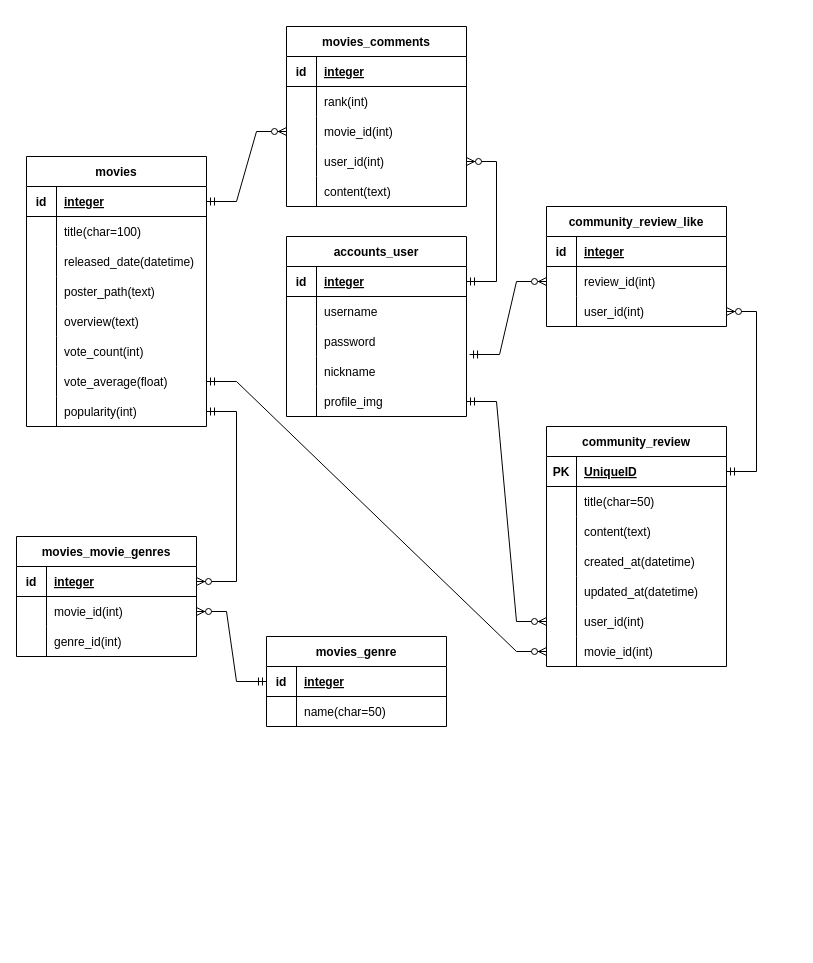
Above: Untitled Diagram.drawio in jy-lee0626/Movie_Project (draw.io), before the change. Source tidied: cells renumbered, new cells numbered last; positions are measured from the earlier drawing's top-left corner, leaving out a move shared by most shapes. Both pictures are drawn from the tidied source at 100%, with x=0, y=0 at pixel (16, 26).
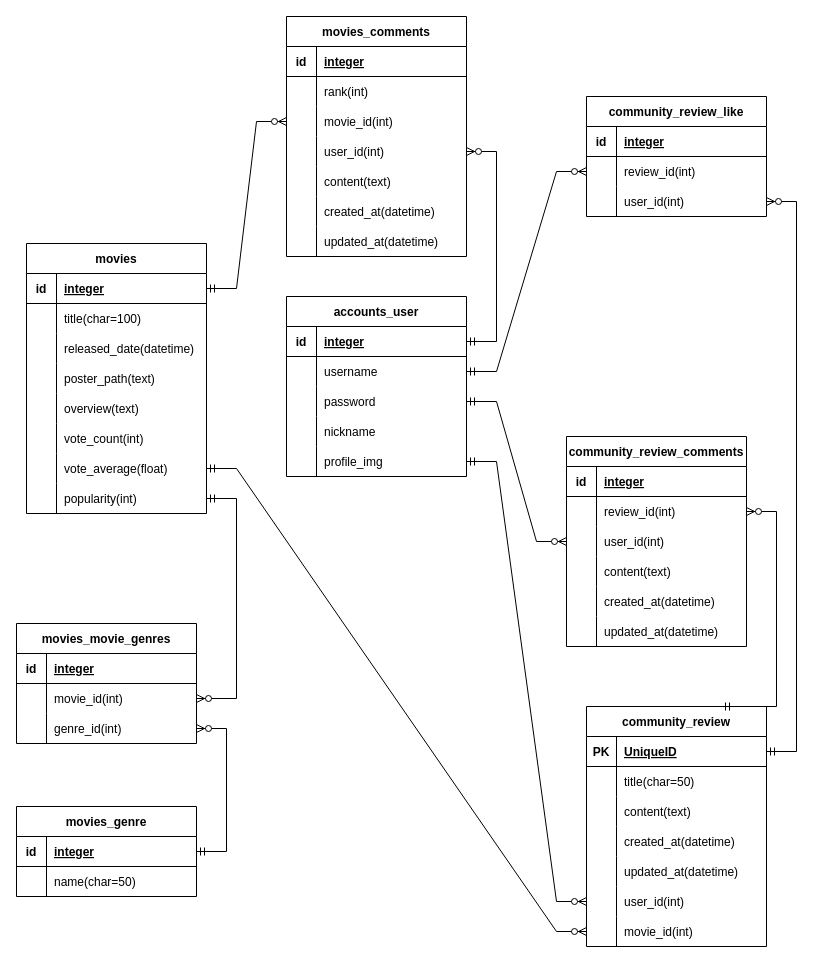
The same diagram, later.

Unchanged cells that the change refers to:
```xml
<mxCell id="6" style="shape=tableRow;horizontal=0;startSize=0;swimlaneHead=0;swimlaneBody=0;fillColor=none;points=[[0,0.5],[1,0.5]];portConstraint=eastwest;top=0;left=0;right=0;bottom=0;" parent="2" vertex="1">
  <mxGeometry y="60" width="180" height="30" as="geometry" />
</mxCell>
<mxCell id="9" style="shape=tableRow;horizontal=0;startSize=0;swimlaneHead=0;swimlaneBody=0;fillColor=none;points=[[0,0.5],[1,0.5]];portConstraint=eastwest;top=0;left=0;right=0;bottom=0;" parent="2" vertex="1">
  <mxGeometry y="90" width="180" height="30" as="geometry" />
</mxCell>
<mxCell id="12" style="shape=tableRow;horizontal=0;startSize=0;swimlaneHead=0;swimlaneBody=0;fillColor=none;points=[[0,0.5],[1,0.5]];portConstraint=eastwest;top=0;left=0;right=0;bottom=0;" parent="2" vertex="1">
  <mxGeometry y="120" width="180" height="30" as="geometry" />
</mxCell>
<mxCell id="40" style="shape=tableRow;horizontal=0;startSize=0;swimlaneHead=0;swimlaneBody=0;fillColor=none;points=[[0,0.5],[1,0.5]];portConstraint=eastwest;top=0;left=0;right=0;bottom=0;" parent="18" vertex="1">
  <mxGeometry y="240" width="180" height="30" as="geometry" />
</mxCell>
<mxCell id="44" style="shape=tableRow;horizontal=0;startSize=0;swimlaneHead=0;swimlaneBody=0;fillColor=none;points=[[0,0.5],[1,0.5]];portConstraint=eastwest;top=0;left=0;right=0;bottom=1;" parent="43" vertex="1">
  <mxGeometry y="30" width="180" height="30" as="geometry" />
</mxCell>
<mxCell id="47" style="shape=tableRow;horizontal=0;startSize=0;swimlaneHead=0;swimlaneBody=0;fillColor=none;points=[[0,0.5],[1,0.5]];portConstraint=eastwest;top=0;left=0;right=0;bottom=0;" parent="43" vertex="1">
  <mxGeometry y="60" width="180" height="30" as="geometry" />
</mxCell>
<mxCell id="50" style="shape=tableRow;horizontal=0;startSize=0;swimlaneHead=0;swimlaneBody=0;fillColor=none;points=[[0,0.5],[1,0.5]];portConstraint=eastwest;top=0;left=0;right=0;bottom=0;" parent="43" vertex="1">
  <mxGeometry y="90" width="180" height="30" as="geometry" />
</mxCell>
<mxCell id="76" style="shape=tableRow;horizontal=0;startSize=0;swimlaneHead=0;swimlaneBody=0;fillColor=none;points=[[0,0.5],[1,0.5]];portConstraint=eastwest;top=0;left=0;right=0;bottom=1;" parent="75" vertex="1">
  <mxGeometry y="30" width="180" height="30" as="geometry" />
</mxCell>
<mxCell id="102" style="shape=tableRow;horizontal=0;startSize=0;swimlaneHead=0;swimlaneBody=0;fillColor=none;points=[[0,0.5],[1,0.5]];portConstraint=eastwest;top=0;left=0;right=0;bottom=0;" parent="98" vertex="1">
  <mxGeometry y="60" width="180" height="30" as="geometry" />
</mxCell>
```

What changed in the source:
```diff
@@
     <mxCell id="2" value="accounts_user" style="shape=table;startSize=30;childLayout=tableLayout;rowLines=0;fontStyle=1;align=center;" parent="1" vertex="1">
-      <mxGeometry x="270" y="210" width="180" height="180" as="geometry" />
+      <mxGeometry x="270" y="270" width="180" height="180" as="geometry" />
     </mxCell>
@@
     <mxCell id="18" value="movies" style="shape=table;startSize=30;childLayout=tableLayout;rowLines=0;fontStyle=1;align=center;" parent="1" vertex="1">
-      <mxGeometry x="10" y="130" width="180" height="270" as="geometry" />
+      <mxGeometry x="10" y="217" width="180" height="270" as="geometry" />
     </mxCell>
@@
     <mxCell id="43" value="movies_movie_genres" style="shape=table;startSize=30;childLayout=tableLayout;rowLines=0;fontStyle=1;align=center;" parent="1" vertex="1">
-      <mxGeometry y="510" width="180" height="120" as="geometry" />
+      <mxGeometry y="597" width="180" height="120" as="geometry" />
     </mxCell>
@@
     <mxCell id="53" value="community_review" style="shape=table;startSize=30;childLayout=tableLayout;rowLines=0;fontStyle=1;align=center;" parent="1" vertex="1">
-      <mxGeometry x="530" y="400" width="180" height="240" as="geometry" />
+      <mxGeometry x="570" y="680" width="180" height="240" as="geometry" />
     </mxCell>
@@
     <mxCell id="75" value="movies_genre" style="shape=table;startSize=30;childLayout=tableLayout;rowLines=0;fontStyle=1;align=center;" parent="1" vertex="1">
-      <mxGeometry x="250" y="610" width="180" height="90" as="geometry" />
+      <mxGeometry y="780" width="180" height="90" as="geometry" />
     </mxCell>
@@
     <mxCell id="82" value="movies_comments" style="shape=table;startSize=30;childLayout=tableLayout;rowLines=0;fontStyle=1;align=center;" parent="1" vertex="1">
-      <mxGeometry x="270" width="180" height="180" as="geometry" />
+      <mxGeometry x="270" y="-10" width="180" height="240" as="geometry" />
     </mxCell>
@@
+    <mxCell id="116" style="shape=tableRow;horizontal=0;startSize=0;swimlaneHead=0;swimlaneBody=0;fillColor=none;top=0;left=0;right=0;bottom=0;" parent="82" vertex="1">
+      <mxGeometry y="180" width="180" height="30" as="geometry" />
+    </mxCell>
+    <mxCell id="117" style="shape=partialRectangle;fillColor=none;top=0;left=0;bottom=0;right=0;overflow=hidden;" parent="116" vertex="1">
+      <mxGeometry width="30" height="30" as="geometry" />
+    </mxCell>
+    <mxCell id="118" value="created_at(datetime)" style="shape=partialRectangle;fillColor=none;top=0;left=0;bottom=0;right=0;align=left;spacingLeft=6;overflow=hidden;" parent="116" vertex="1">
+      <mxGeometry x="30" width="150" height="30" as="geometry" />
+    </mxCell>
+    <mxCell id="119" style="shape=tableRow;horizontal=0;startSize=0;swimlaneHead=0;swimlaneBody=0;fillColor=none;top=0;left=0;right=0;bottom=0;" parent="82" vertex="1">
+      <mxGeometry y="210" width="180" height="30" as="geometry" />
+    </mxCell>
+    <mxCell id="120" style="shape=partialRectangle;fillColor=none;top=0;left=0;bottom=0;right=0;overflow=hidden;" parent="119" vertex="1">
+      <mxGeometry width="30" height="30" as="geometry" />
+    </mxCell>
+    <mxCell id="121" value="updated_at(datetime)" style="shape=partialRectangle;fillColor=none;top=0;left=0;bottom=0;right=0;align=left;spacingLeft=6;overflow=hidden;" parent="119" vertex="1">
+      <mxGeometry x="30" width="150" height="30" as="geometry" />
+    </mxCell>
     <mxCell id="98" value="community_review_like" style="shape=table;startSize=30;childLayout=tableLayout;rowLines=0;fontStyle=1;align=center;" parent="1" vertex="1">
-      <mxGeometry x="530" y="180" width="180" height="120" as="geometry" />
+      <mxGeometry x="570" y="70" width="180" height="120" as="geometry" />
     </mxCell>
@@
-    <mxCell id="109" style="edgeStyle=entityRelationEdgeStyle;fontSize=12;html=1;endArrow=ERzeroToMany;startArrow=ERmandOne;rounded=0;" parent="1" edge="1" source="40" target="44">
+    <mxCell id="109" style="edgeStyle=entityRelationEdgeStyle;fontSize=12;html=1;endArrow=ERzeroToMany;startArrow=ERmandOne;rounded=0;entryX=1;entryY=0.5;entryDx=0;entryDy=0;" parent="1" edge="1" source="40" target="47">
       <mxGeometry relative="1" as="geometry" />
     </mxCell>
-    <mxCell id="110" style="edgeStyle=entityRelationEdgeStyle;fontSize=12;html=1;endArrow=ERzeroToMany;startArrow=ERmandOne;rounded=0;entryX=1;entryY=0.5;entryDx=0;entryDy=0;" parent="1" edge="1" source="76" target="47">
+    <mxCell id="110" style="edgeStyle=entityRelationEdgeStyle;fontSize=12;html=1;endArrow=ERzeroToMany;startArrow=ERmandOne;rounded=0;entryX=1;entryY=0.5;entryDx=0;entryDy=0;" parent="1" edge="1" source="76" target="50">
       <mxGeometry relative="1" as="geometry" />
     </mxCell>
@@
-    <mxCell id="115" style="edgeStyle=entityRelationEdgeStyle;fontSize=12;html=1;endArrow=ERzeroToMany;startArrow=ERmandOne;rounded=0;exitX=1.017;exitY=-0.067;exitDx=0;exitDy=0;entryX=0;entryY=0.5;entryDx=0;entryDy=0;exitPerimeter=0;" parent="1" edge="1" source="12" target="102">
+    <mxCell id="115" style="edgeStyle=entityRelationEdgeStyle;fontSize=12;html=1;endArrow=ERzeroToMany;startArrow=ERmandOne;rounded=0;entryX=0;entryY=0.5;entryDx=0;entryDy=0;exitX=1;exitY=0.5;exitDx=0;exitDy=0;" parent="1" edge="1" source="6" target="102">
       <mxGeometry relative="1" as="geometry" />
     </mxCell>
+    <mxCell id="122" value="community_review_comments" style="shape=table;startSize=30;childLayout=tableLayout;rowLines=0;fontStyle=1;align=center;" parent="1" vertex="1">
+      <mxGeometry x="550" y="410" width="180" height="210" as="geometry" />
+    </mxCell>
+    <mxCell id="123" style="shape=tableRow;horizontal=0;startSize=0;swimlaneHead=0;swimlaneBody=0;fillColor=none;top=0;left=0;right=0;bottom=1;" parent="122" vertex="1">
+      <mxGeometry y="30" width="180" height="30" as="geometry" />
+    </mxCell>
+    <mxCell id="124" value="id" style="shape=partialRectangle;fillColor=none;top=0;left=0;bottom=0;right=0;fontStyle=1;overflow=hidden;" parent="123" vertex="1">
+      <mxGeometry width="30" height="30" as="geometry" />
+    </mxCell>
+    <mxCell id="125" value="integer" style="shape=partialRectangle;fillColor=none;top=0;left=0;bottom=0;right=0;align=left;spacingLeft=6;fontStyle=5;overflow=hidden;" parent="123" vertex="1">
+      <mxGeometry x="30" width="150" height="30" as="geometry" />
+    </mxCell>
+    <mxCell id="126" style="shape=tableRow;horizontal=0;startSize=0;swimlaneHead=0;swimlaneBody=0;fillColor=none;points=[[0,0.5],[1,0.5]];portConstraint=eastwest;top=0;left=0;right=0;bottom=0;" parent="122" vertex="1">
+      <mxGeometry y="60" width="180" height="30" as="geometry" />
+    </mxCell>
+    <mxCell id="127" style="shape=partialRectangle;fillColor=none;top=0;left=0;bottom=0;right=0;overflow=hidden;" parent="126" vertex="1">
+      <mxGeometry width="30" height="30" as="geometry" />
+    </mxCell>
+    <mxCell id="128" value="review_id(int)" style="shape=partialRectangle;fillColor=none;top=0;left=0;bottom=0;right=0;align=left;spacingLeft=6;overflow=hidden;" parent="126" vertex="1">
+      <mxGeometry x="30" width="150" height="30" as="geometry" />
+    </mxCell>
+    <mxCell id="129" style="shape=tableRow;horizontal=0;startSize=0;swimlaneHead=0;swimlaneBody=0;fillColor=none;points=[[0,0.5],[1,0.5]];portConstraint=eastwest;top=0;left=0;right=0;bottom=0;" parent="122" vertex="1">
+      <mxGeometry y="90" width="180" height="30" as="geometry" />
+    </mxCell>
+    <mxCell id="130" style="shape=partialRectangle;fillColor=none;top=0;left=0;bottom=0;right=0;overflow=hidden;" parent="129" vertex="1">
+      <mxGeometry width="30" height="30" as="geometry" />
+    </mxCell>
+    <mxCell id="131" value="user_id(int)" style="shape=partialRectangle;fillColor=none;top=0;left=0;bottom=0;right=0;align=left;spacingLeft=6;overflow=hidden;" parent="129" vertex="1">
+      <mxGeometry x="30" width="150" height="30" as="geometry" />
+    </mxCell>
+    <mxCell id="132" style="shape=tableRow;horizontal=0;startSize=0;swimlaneHead=0;swimlaneBody=0;fillColor=none;top=0;left=0;right=0;bottom=0;" parent="122" vertex="1">
+      <mxGeometry y="120" width="180" height="30" as="geometry" />
+    </mxCell>
+    <mxCell id="133" style="shape=partialRectangle;fillColor=none;top=0;left=0;bottom=0;right=0;overflow=hidden;" parent="132" vertex="1">
+      <mxGeometry width="30" height="30" as="geometry" />
+    </mxCell>
+    <mxCell id="134" value="content(text)" style="shape=partialRectangle;fillColor=none;top=0;left=0;bottom=0;right=0;align=left;spacingLeft=6;overflow=hidden;" parent="132" vertex="1">
+      <mxGeometry x="30" width="150" height="30" as="geometry" />
+    </mxCell>
+    <mxCell id="135" style="shape=tableRow;horizontal=0;startSize=0;swimlaneHead=0;swimlaneBody=0;fillColor=none;top=0;left=0;right=0;bottom=0;" parent="122" vertex="1">
+      <mxGeometry y="150" width="180" height="30" as="geometry" />
+    </mxCell>
+    <mxCell id="136" style="shape=partialRectangle;fillColor=none;top=0;left=0;bottom=0;right=0;overflow=hidden;" parent="135" vertex="1">
+      <mxGeometry width="30" height="30" as="geometry" />
+    </mxCell>
+    <mxCell id="137" value="created_at(datetime)" style="shape=partialRectangle;fillColor=none;top=0;left=0;bottom=0;right=0;align=left;spacingLeft=6;overflow=hidden;" parent="135" vertex="1">
+      <mxGeometry x="30" width="150" height="30" as="geometry" />
+    </mxCell>
+    <mxCell id="138" style="shape=tableRow;horizontal=0;startSize=0;swimlaneHead=0;swimlaneBody=0;fillColor=none;top=0;left=0;right=0;bottom=0;" parent="122" vertex="1">
+      <mxGeometry y="180" width="180" height="30" as="geometry" />
+    </mxCell>
+    <mxCell id="139" style="shape=partialRectangle;fillColor=none;top=0;left=0;bottom=0;right=0;overflow=hidden;" parent="138" vertex="1">
+      <mxGeometry width="30" height="30" as="geometry" />
+    </mxCell>
+    <mxCell id="140" value="updated_at(datetime)" style="shape=partialRectangle;fillColor=none;top=0;left=0;bottom=0;right=0;align=left;spacingLeft=6;overflow=hidden;" parent="138" vertex="1">
+      <mxGeometry x="30" width="150" height="30" as="geometry" />
+    </mxCell>
+    <mxCell id="141" style="edgeStyle=entityRelationEdgeStyle;fontSize=12;html=1;endArrow=ERzeroToMany;startArrow=ERmandOne;rounded=0;entryX=0;entryY=0.5;entryDx=0;entryDy=0;exitX=1;exitY=0.5;exitDx=0;exitDy=0;" parent="1" edge="1" source="9" target="129">
+      <mxGeometry relative="1" as="geometry" />
+    </mxCell>
+    <mxCell id="142" style="edgeStyle=entityRelationEdgeStyle;fontSize=12;html=1;endArrow=ERzeroToMany;startArrow=ERmandOne;rounded=0;jumpStyle=none;exitX=0.75;exitY=0;exitDx=0;exitDy=0;" parent="1" edge="1" source="53" target="126">
+      <mxGeometry relative="1" as="geometry" />
+    </mxCell>
```
